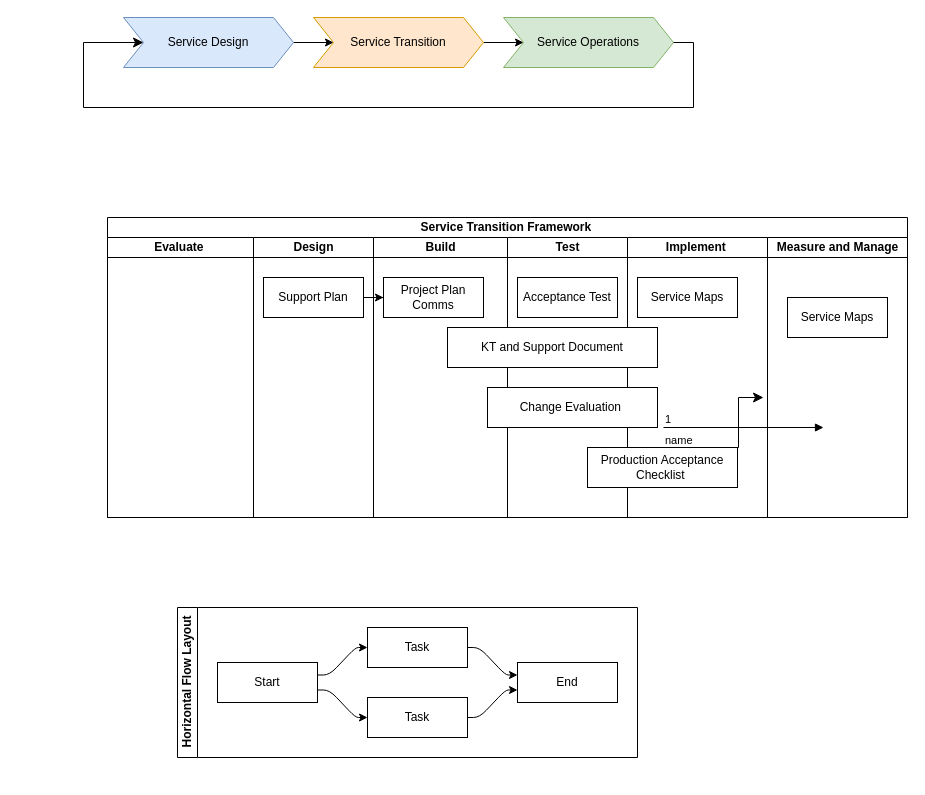
Earlier version of the draw.io diagram Service Transition.drawio (sathiyaraj83/myfilepf). Source tidied: cells renumbered, new cells numbered last; positions are measured from the earlier drawing's top-left corner, leaving out a move shared by most shapes. Both pictures are drawn from the tidied source at 100%, with x=0, y=0 at pixel (83, 17).
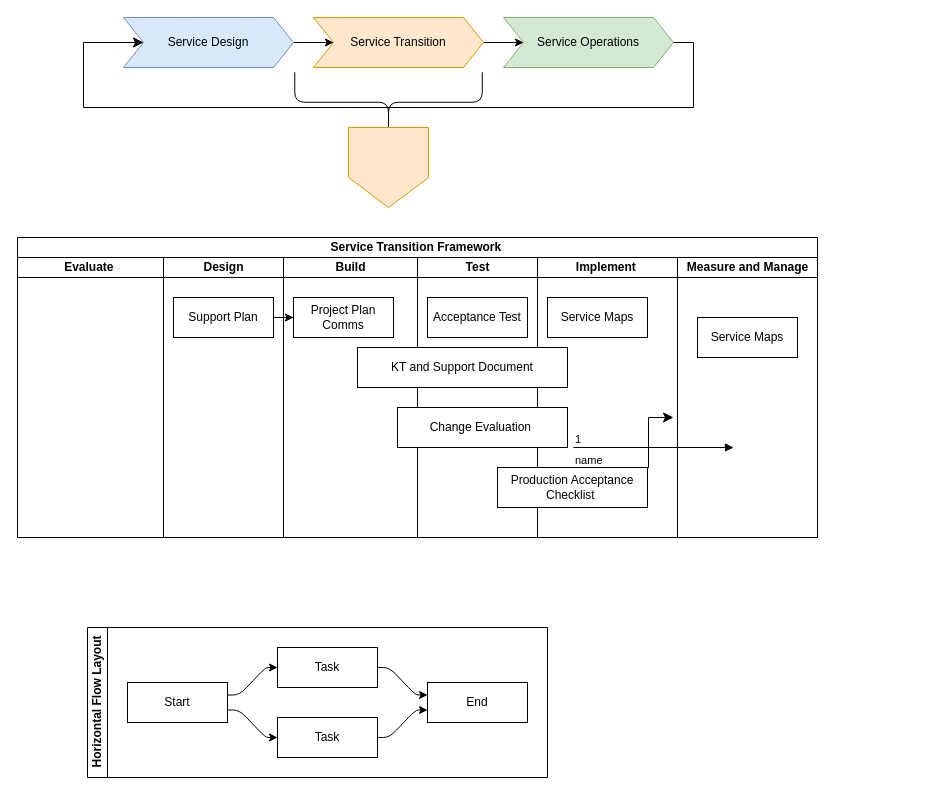
After the change.

The edit, as a diff of the source:
```diff
@@
     <mxCell id="2" value="Service Transition Framework&amp;nbsp;" style="swimlane;startSize=20;html=1;" parent="1" vertex="1">
-      <mxGeometry x="24" y="200" width="800" height="300" as="geometry" />
+      <mxGeometry x="-66" y="220" width="800" height="300" as="geometry" />
     </mxCell>
@@
     <mxCell id="18" value="Horizontal Flow Layout" style="swimlane;html=1;startSize=20;horizontal=0;flowOrientation=west;interRankCellSpacing=50;containerType=tree;fontSize=12;" parent="1" vertex="1">
-      <mxGeometry x="94" y="590" width="460" height="150" as="geometry" />
+      <mxGeometry x="4" y="610" width="460" height="150" as="geometry" />
     </mxCell>
@@
     <mxCell id="27" value="name" style="endArrow=block;endFill=1;html=1;edgeStyle=orthogonalEdgeStyle;align=left;verticalAlign=top;rounded=0;" parent="1" edge="1">
       <mxGeometry x="-1" relative="1" as="geometry">
-        <mxPoint x="580" y="410" as="sourcePoint" />
-        <mxPoint x="740" y="410" as="targetPoint" />
+        <mxPoint x="490" y="430" as="sourcePoint" />
+        <mxPoint x="650" y="430" as="targetPoint" />
       </mxGeometry>
     </mxCell>
@@
     <mxCell id="34" style="edgeStyle=elbowEdgeStyle;elbow=horizontal;endArrow=classic;html=1;curved=0;rounded=0;endSize=8;startSize=8;" parent="1" edge="1">
       <mxGeometry relative="1" as="geometry">
-        <mxPoint x="630" y="430" as="sourcePoint" />
-        <mxPoint x="680" y="380" as="targetPoint" />
+        <mxPoint x="540" y="450" as="sourcePoint" />
+        <mxPoint x="590" y="400" as="targetPoint" />
       </mxGeometry>
     </mxCell>
@@
+    <mxCell id="36" style="shape=curlyBracket;whiteSpace=wrap;html=1;rounded=1;flipH=1;labelPosition=right;verticalLabelPosition=middle;align=left;verticalAlign=middle;rotation=90;" parent="1" vertex="1">
+      <mxGeometry x="275" y="-9" width="60" height="187.5" as="geometry" />
+    </mxCell>
+    <mxCell id="37" style="shape=offPageConnector;whiteSpace=wrap;html=1;fillColor=#ffe6cc;strokeColor=#d79b00;" parent="1" vertex="1">
+      <mxGeometry x="265" y="110" width="80" height="80" as="geometry" />
+    </mxCell>
```
